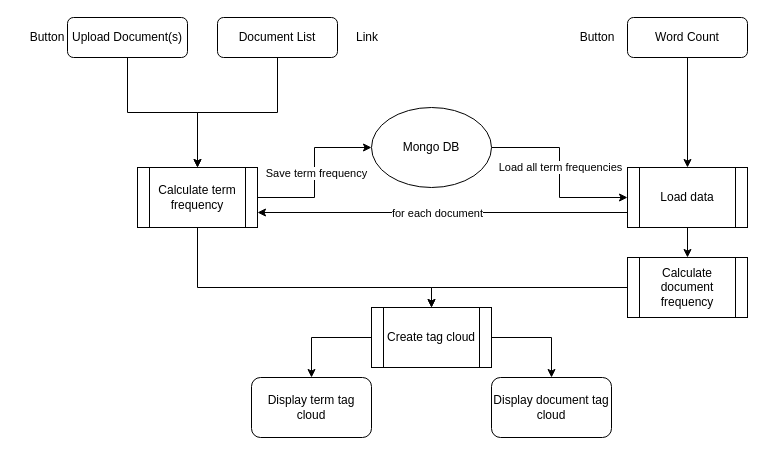
Earlier version of the draw.io diagram readme_data/BDEA_a2_diagram.drawio (FelixMucha/BDEA_Project_2). Source tidied: cells renumbered, new cells numbered last; positions are measured from the earlier drawing's top-left corner, leaving out a move shared by most shapes. Both pictures are drawn from the tidied source at 100%, with x=0, y=0 at pixel (17, 17).
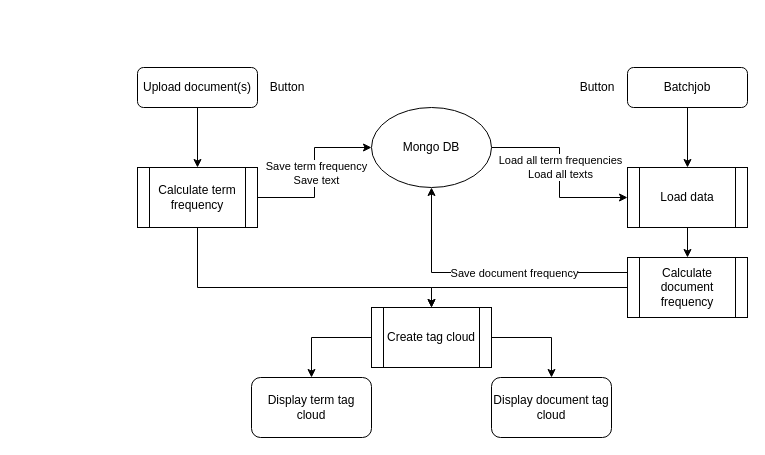
After the change.

The change refers to these unchanged cells:
```xml
<mxCell id="4" style="edgeStyle=orthogonalEdgeStyle;rounded=0;jettySize=auto;html=1;exitX=1;exitY=0.5;exitDx=0;exitDy=0;entryX=0;entryY=0.5;entryDx=0;entryDy=0;" parent="1" edge="1" source="6" target="10">
  <mxGeometry relative="1" as="geometry" />
</mxCell>
<mxCell id="6" value="Mongo DB" style="ellipse;whiteSpace=wrap;html=1;" parent="1" vertex="1">
  <mxGeometry x="354" y="90" width="120" height="80" as="geometry" />
</mxCell>
<mxCell id="10" value="Load data" style="shape=process;whiteSpace=wrap;html=1;backgroundOutline=1;" parent="1" vertex="1">
  <mxGeometry x="610" y="150" width="120" height="60" as="geometry" />
</mxCell>
<mxCell id="12" style="edgeStyle=orthogonalEdgeStyle;rounded=0;jettySize=auto;html=1;exitX=1;exitY=0.5;exitDx=0;exitDy=0;entryX=0;entryY=0.5;entryDx=0;entryDy=0;" parent="1" edge="1" source="15" target="6">
  <mxGeometry x="0.03" y="-30" relative="1" as="geometry" />
</mxCell>
<mxCell id="15" value="Calculate term frequency" style="shape=process;whiteSpace=wrap;html=1;backgroundOutline=1;" parent="1" vertex="1">
  <mxGeometry x="120" y="150" width="120" height="60" as="geometry" />
</mxCell>
<mxCell id="28" value="Calculate document frequency" style="shape=process;whiteSpace=wrap;html=1;backgroundOutline=1;" parent="1" vertex="1">
  <mxGeometry x="610" y="240" width="120" height="60" as="geometry" />
</mxCell>
```

The edit, as a diff of the source:
```diff
@@
-    <mxCell id="3" value="Upload Document(s)" style="rounded=1;whiteSpace=wrap;html=1;fontSize=12;glass=0;strokeWidth=1;shadow=0;" parent="1" vertex="1">
-      <mxGeometry x="50" width="120" height="40" as="geometry" />
+    <mxCell id="3" value="Upload document(s)" style="rounded=1;whiteSpace=wrap;html=1;fontSize=12;glass=0;strokeWidth=1;shadow=0;" parent="1" vertex="1">
+      <mxGeometry x="120" y="50" width="120" height="40" as="geometry" />
     </mxCell>
@@
-    <mxCell id="5" value="Load all term frequencies" style="edgeLabel;html=1;align=center;verticalAlign=middle;" parent="4" vertex="1">
+    <mxCell id="5" value="&lt;div&gt;Load all term frequencies&lt;/div&gt;&lt;div&gt;Load all texts&lt;br&gt;&lt;/div&gt;" style="edgeLabel;html=1;align=center;verticalAlign=middle;" parent="4" vertex="1">
       <mxGeometry x="-0.06" relative="1" as="geometry" />
     </mxCell>
@@
-    <mxCell id="8" value="Word Count" style="rounded=1;whiteSpace=wrap;html=1;fontSize=12;glass=0;strokeWidth=1;shadow=0;" parent="1" vertex="1">
-      <mxGeometry x="610" width="120" height="40" as="geometry" />
+    <mxCell id="8" value="Batchjob" style="rounded=1;whiteSpace=wrap;html=1;fontSize=12;glass=0;strokeWidth=1;shadow=0;" parent="1" vertex="1">
+      <mxGeometry x="610" y="50" width="120" height="40" as="geometry" />
     </mxCell>
@@
-    <mxCell id="13" value="Save term frequency" style="edgeLabel;html=1;align=center;verticalAlign=middle;" parent="12" vertex="1">
+    <mxCell id="13" value="&lt;div&gt;Save term frequency&lt;br&gt;&lt;/div&gt;&lt;div&gt;Save text&lt;br&gt;&lt;/div&gt;" style="edgeLabel;html=1;align=center;verticalAlign=middle;" parent="12" vertex="1">
       <mxGeometry y="-1" relative="1" as="geometry" />
     </mxCell>
@@
-    <mxCell id="20" style="edgeStyle=orthogonalEdgeStyle;rounded=0;jettySize=auto;html=1;exitX=0.5;exitY=1;exitDx=0;exitDy=0;entryX=0.5;entryY=0;entryDx=0;entryDy=0;" parent="1" edge="1" source="21" target="15">
-      <mxGeometry relative="1" as="geometry" />
-    </mxCell>
-    <mxCell id="21" value="Document List" style="rounded=1;whiteSpace=wrap;html=1;fontSize=12;glass=0;strokeWidth=1;shadow=0;" parent="1" vertex="1">
-      <mxGeometry x="200" width="120" height="40" as="geometry" />
-    </mxCell>
     <mxCell id="22" value="Button" style="text;html=1;align=center;verticalAlign=middle;whiteSpace=wrap;rounded=0;" parent="1" vertex="1">
-      <mxGeometry x="550" y="5" width="60" height="30" as="geometry" />
+      <mxGeometry x="550" y="55" width="60" height="30" as="geometry" />
     </mxCell>
-    <mxCell id="23" value="Link" style="text;html=1;align=center;verticalAlign=middle;whiteSpace=wrap;rounded=0;" parent="1" vertex="1">
-      <mxGeometry x="320" y="5" width="60" height="30" as="geometry" />
-    </mxCell>
     <mxCell id="24" value="Button" style="text;html=1;align=center;verticalAlign=middle;whiteSpace=wrap;rounded=0;" parent="1" vertex="1">
-      <mxGeometry y="5" width="60" height="30" as="geometry" />
+      <mxGeometry x="240" y="55" width="60" height="30" as="geometry" />
     </mxCell>
-    <mxCell id="25" style="endArrow=classic;html=1;rounded=0;exitX=0;exitY=0.75;exitDx=0;exitDy=0;entryX=1;entryY=0.75;entryDx=0;entryDy=0;" parent="1" edge="1" source="10" target="15">
-      <mxGeometry relative="1" as="geometry" />
-    </mxCell>
-    <mxCell id="26" value="for each document" style="edgeLabel;html=1;align=center;verticalAlign=middle;" parent="25" vertex="1">
-      <mxGeometry x="0.03" relative="1" as="geometry" />
-    </mxCell>
@@
+    <mxCell id="29" style="edgeStyle=orthogonalEdgeStyle;rounded=0;jettySize=auto;html=1;exitX=0;exitY=0.25;exitDx=0;exitDy=0;entryX=0.5;entryY=1;entryDx=0;entryDy=0;" parent="1" edge="1" source="28" target="6">
+      <mxGeometry relative="1" as="geometry" />
+    </mxCell>
+    <mxCell id="30" value="Save document frequency" style="edgeLabel;html=1;align=center;verticalAlign=middle;" parent="29" vertex="1">
+      <mxGeometry x="-0.19" relative="1" as="geometry" />
+    </mxCell>
```
